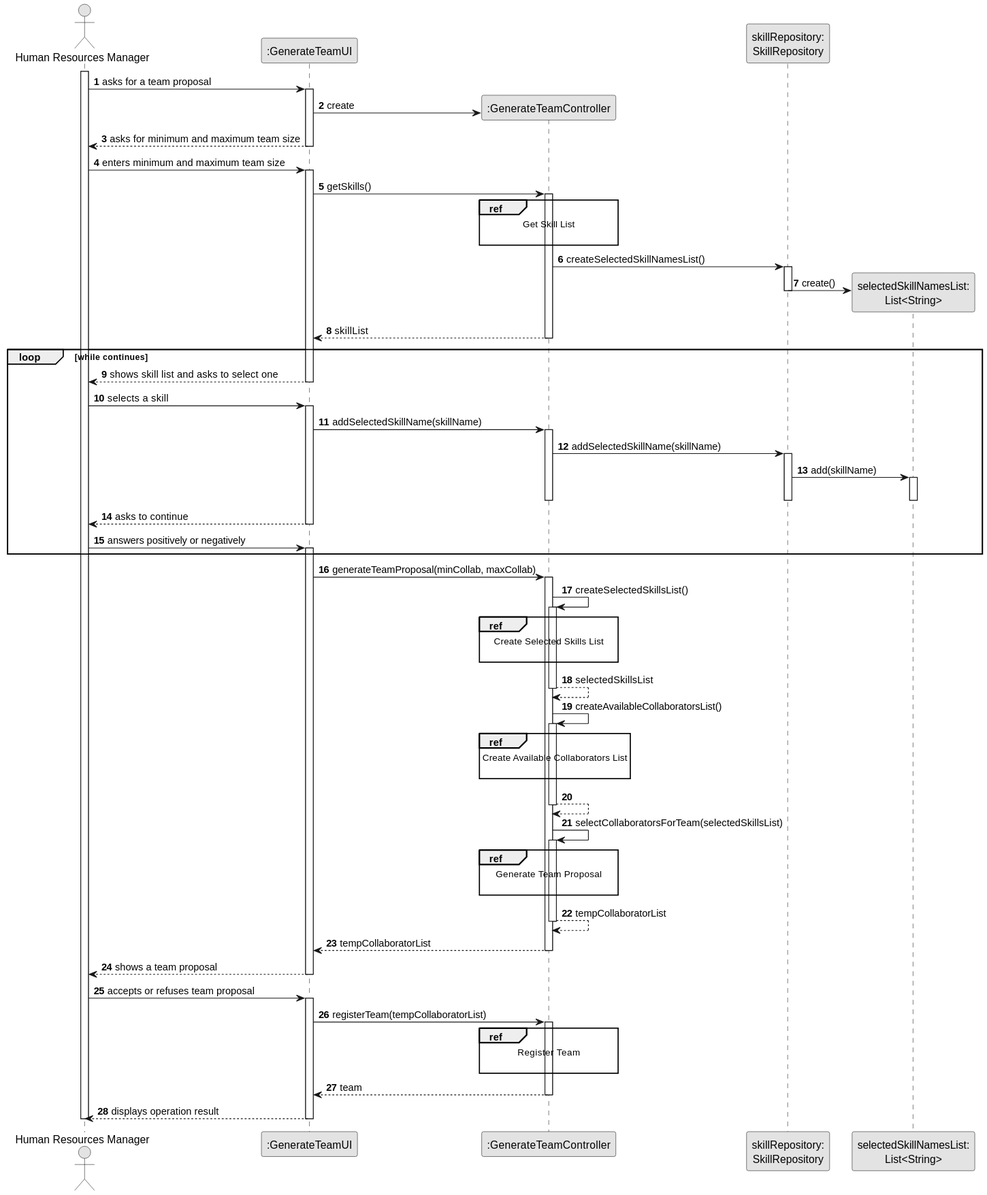
The PlantUML diagram docs/sprintB/us005/03.design/svg/us005-sequence-diagram-split.svg in Departamento-de-Engenharia-Informatica/lei-24-s2-1dm-g132, before a commit.
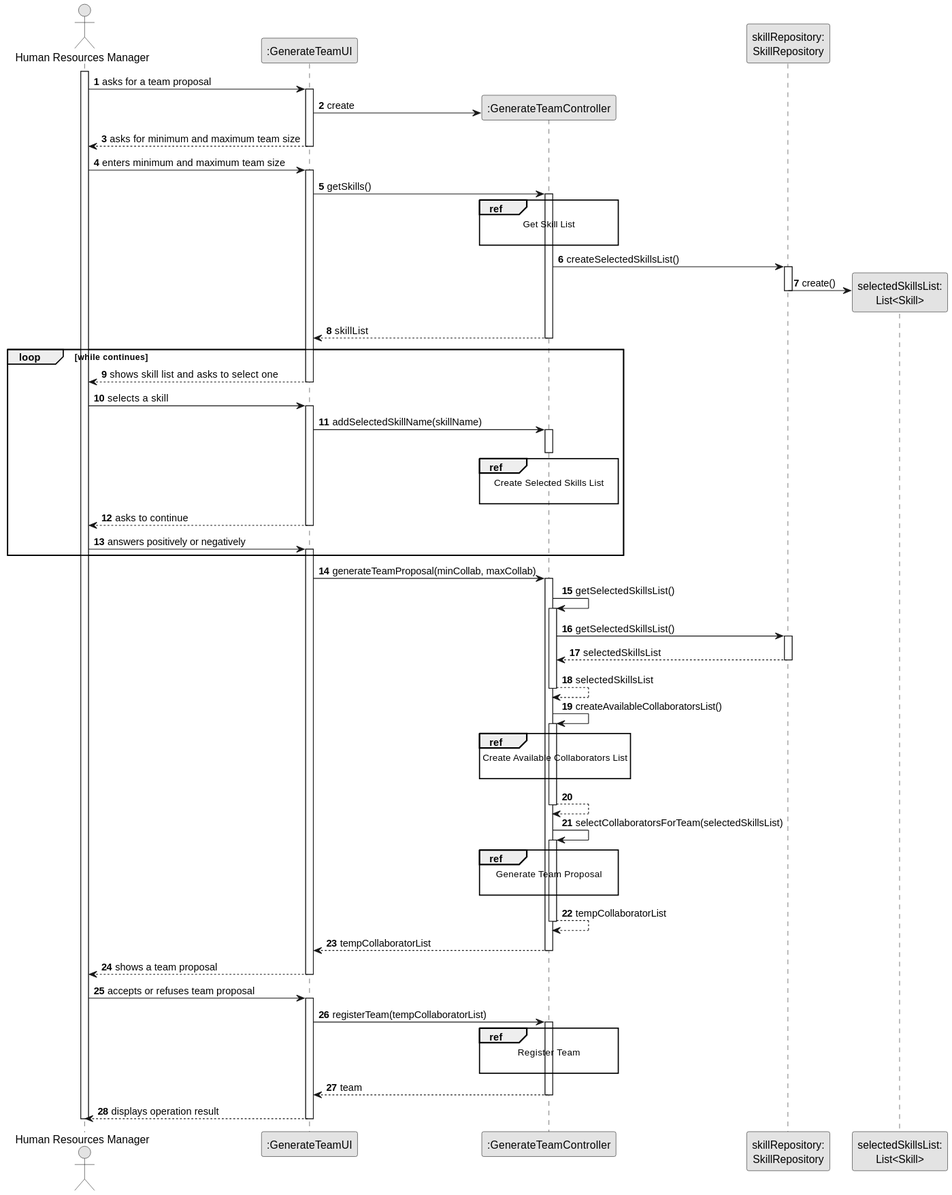
After the change.

Commit message:
US05 sequence diagrams update

Diff of the diagram source:
```diff
@@ -9,7 +9,7 @@
 participant ":GenerateTeamUI" as UI
 participant ":GenerateTeamController" as CTRL
 participant "skillRepository:\nSkillRepository" as SkillRepository
-participant "selectedSkillNamesList:\nList<String>" as selectedSkillNamesList
+participant "selectedSkillsList:\nList<Skill>" as selectedSkillsList
 
 
 activate HRM
@@ -36,10 +36,10 @@
 
             activate CTRL
 
-            CTRL -> SkillRepository : createSelectedSkillNamesList()
+            CTRL -> SkillRepository : createSelectedSkillsList()
             activate SkillRepository
 
-            SkillRepository -> selectedSkillNamesList** : create()
+            SkillRepository -> selectedSkillsList** : create()
             deactivate SkillRepository
 
                 CTRL --> UI : skillList
@@ -54,17 +54,11 @@
     activate UI
 
         UI -> CTRL : addSelectedSkillName(skillName)
-            activate CTRL
+        activate CTRL
+            ref over CTRL
+                Create Selected Skills List
 
-                CTRL -> SkillRepository: addSelectedSkillName(skillName)
-                activate SkillRepository
-
-                SkillRepository -> selectedSkillNamesList : add(skillName)
-                activate selectedSkillNamesList
-
-                deactivate selectedSkillNamesList
-
-        deactivate SkillRepository
+            end ref
 
         deactivate CTRL
 
@@ -80,16 +74,16 @@
         UI -> CTRL : generateTeamProposal(minCollab, maxCollab)
         activate CTRL
 
-            CTRL -> CTRL : createSelectedSkillsList()
+            CTRL -> CTRL : getSelectedSkillsList()
+            activate CTRL
 
-                ref over CTRL
-                    Create Selected Skills List
+            CTRL -> SkillRepository : getSelectedSkillsList()
+            activate SkillRepository
 
-                end ref
+            SkillRepository --> CTRL : selectedSkillsList
+            deactivate SkillRepository
 
-                activate CTRL
-
-                    CTRL --> CTRL : selectedSkillsList
+            CTRL --> CTRL : selectedSkillsList
             deactivate CTRL
 
             CTRL -> CTRL : createAvailableCollaboratorsList()
```
